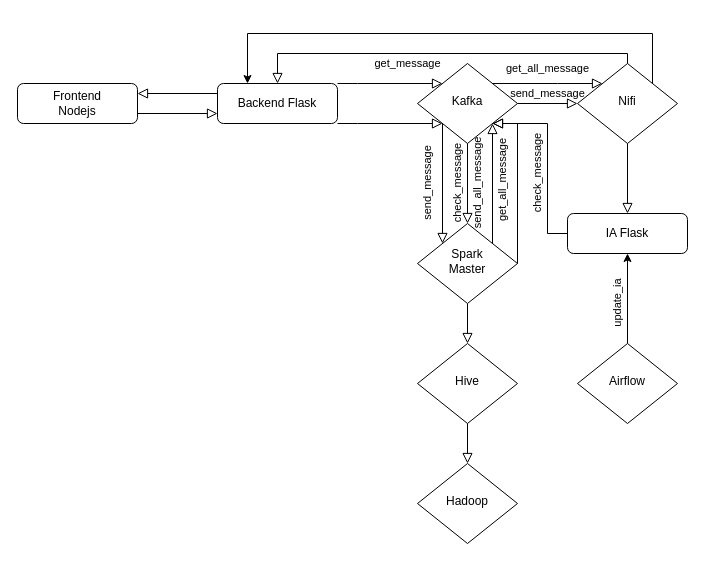
Earlier version of the draw.io diagram Diagramme des flux.drawio (bsae19/NitroChatV2). Source tidied: cells renumbered, new cells numbered last; positions are measured from the earlier drawing's top-left corner, leaving out a move shared by most shapes. Both pictures are drawn from the tidied source at 100%, with x=0, y=0 at pixel (17, 33).
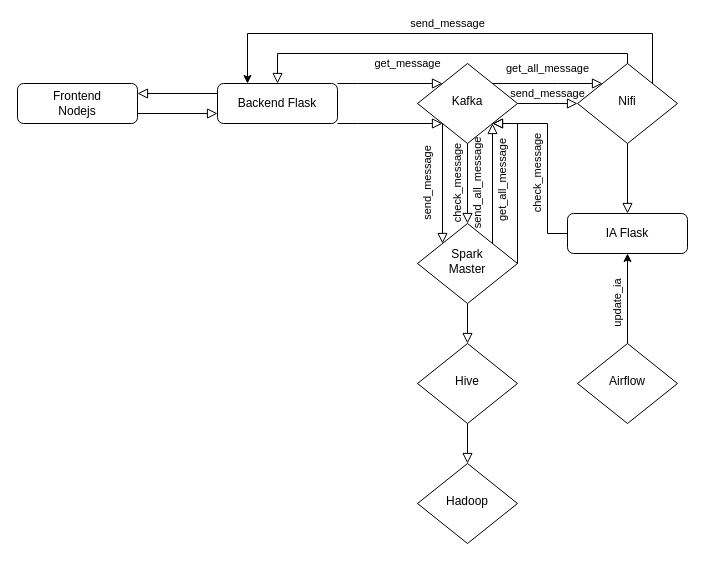
Above is the later version.

Commit message (it also covers changes not shown here):
Mettre à jour Diagramme des flux.drawio

Unchanged cells that the change refers to:
```xml
<mxCell id="11" value="Backend Flask" style="rounded=1;whiteSpace=wrap;html=1;fontSize=12;glass=0;strokeWidth=1;shadow=0;" parent="1" vertex="1">
  <mxGeometry x="200" y="50" width="120" height="40" as="geometry" />
</mxCell>
<mxCell id="17" value="Nifi" style="rhombus;whiteSpace=wrap;html=1;shadow=0;fontFamily=Helvetica;fontSize=12;align=center;strokeWidth=1;spacing=6;spacingTop=-4;" parent="1" vertex="1">
  <mxGeometry x="560" y="30" width="100" height="80" as="geometry" />
</mxCell>
```

What changed in the source:
```diff
@@
-    <mxCell id="16" style="edgeStyle=orthogonalEdgeStyle;rounded=0;jettySize=auto;html=1;entryX=0.25;entryY=0;entryDx=0;entryDy=0;exitX=1;exitY=0;exitDx=0;exitDy=0;" parent="1" edge="1" source="17" target="11">
-      <mxGeometry relative="1" as="geometry">
+    <mxCell id="16" value="send_message" style="edgeStyle=orthogonalEdgeStyle;rounded=0;jettySize=auto;html=1;entryX=0.25;entryY=0;entryDx=0;entryDy=0;exitX=1;exitY=0;exitDx=0;exitDy=0;" parent="1" edge="1" source="17" target="11">
+      <mxGeometry x="0.01" y="-10" relative="1" as="geometry">
         <Array as="points">
           <mxPoint x="635" />
           <mxPoint x="230" />
         </Array>
       </mxGeometry>
     </mxCell>
```
